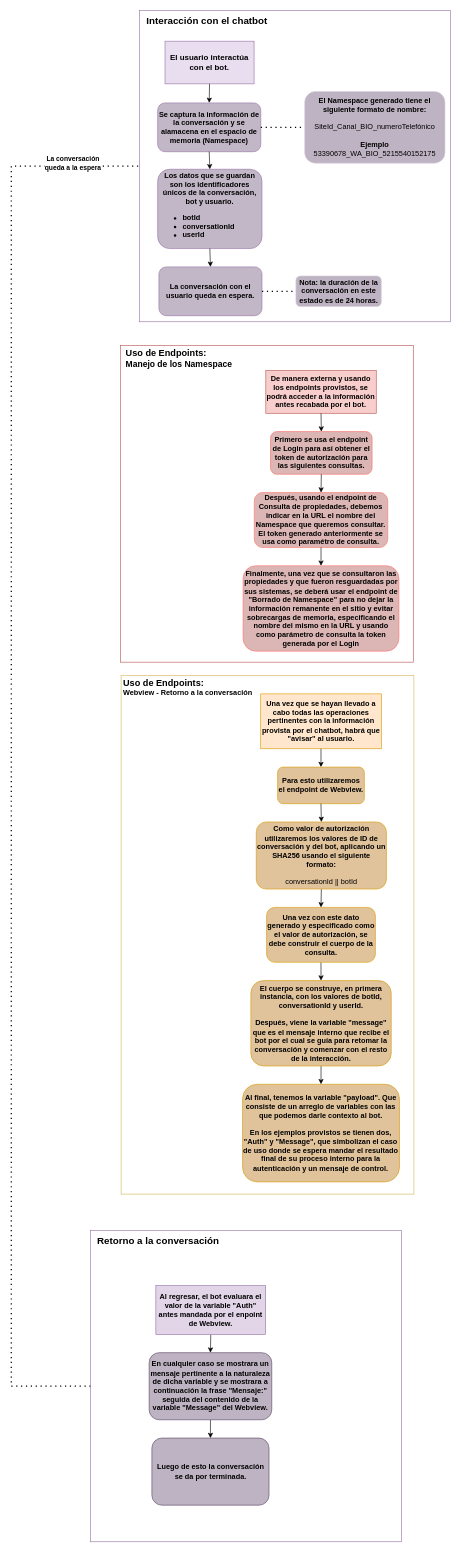
Earlier version of the draw.io diagram Procesos ID Biometrica.drawio (Darkahnott/DiagramasDRAWIO). Source tidied: cells renumbered, new cells numbered last; positions are measured from the earlier drawing's top-left corner, leaving out a move shared by most shapes. Both pictures are drawn from the tidied source at 61%, with x=0, y=0 at pixel (8, 10).
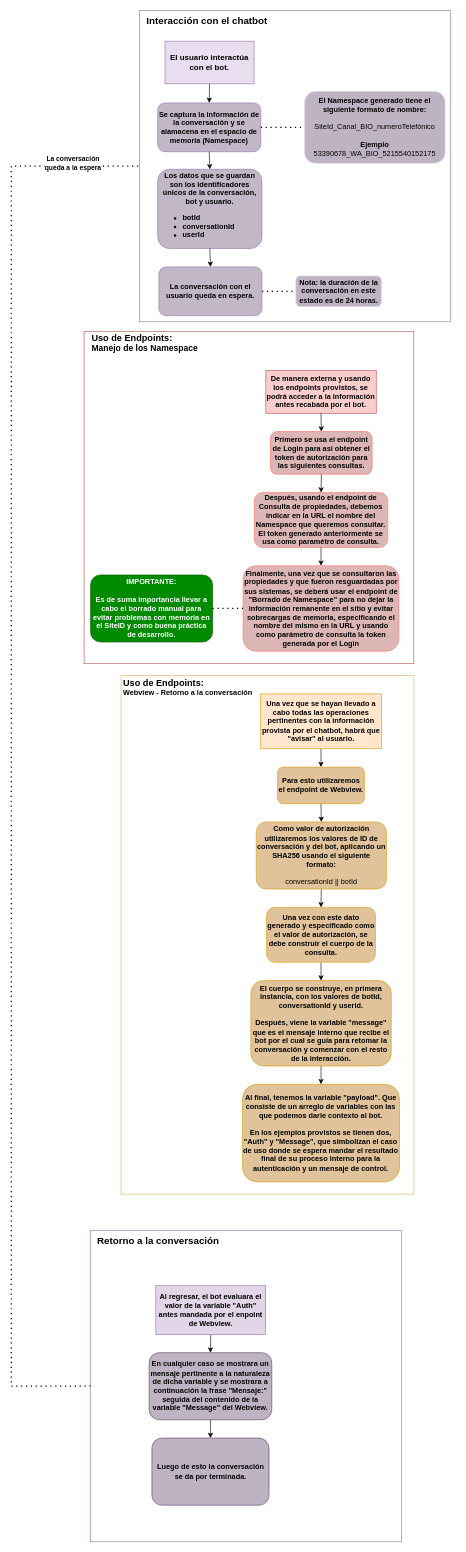
The same page after the edit.

Unchanged cells that the change refers to:
```xml
<mxCell id="21" value="&lt;b&gt;Finalmente, una vez que se consultaron las propiedades y que fueron resguardadas por sus sistemas, se deberá usar el endpoint de &quot;Borrado de Namespace&quot; para no dejar la información remanente en el sitio y evitar sobrecargas de memoria, especificando el nombre del mismo en la URL y usando como parámetro de consulta la token generada por el Login&lt;br&gt;&lt;/b&gt;" style="rounded=1;whiteSpace=wrap;html=1;fillColor=#DBB6B4;strokeColor=#FF746F;" parent="1" vertex="1">
  <mxGeometry x="385" y="910" width="255.5" height="140" as="geometry" />
</mxCell>
```

The edit, as a diff of the source:
```diff
@@
     <mxCell id="23" style="group;" parent="1" vertex="1">
-      <mxGeometry x="184" y="549" width="480" height="519" as="geometry" />
+      <mxGeometry x="119.2" y="513" width="614.8" height="555.5" as="geometry" />
     </mxCell>
     <mxCell id="24" style="rounded=0;whiteSpace=wrap;html=1;rotation=-90;fillColor=none;strokeColor=#b85450;" parent="23" vertex="1">
-      <mxGeometry x="-19.5" y="19.5" width="519" height="480" as="geometry" />
+      <mxGeometry x="3.1" y="15" width="544.6" height="540.5" as="geometry" />
     </mxCell>
     <mxCell id="25" value="&lt;div align=&quot;left&quot;&gt;&lt;font style=&quot;font-size: 15px;&quot;&gt;&lt;b&gt;Uso de Endpoints:&lt;/b&gt;&lt;/font&gt;&lt;font style=&quot;font-size: 14px;&quot;&gt;&lt;b&gt;&lt;br&gt;Manejo de los Namespace&lt;/b&gt;&lt;/font&gt;&lt;/div&gt;" style="text;html=1;strokeColor=none;fillColor=none;align=center;verticalAlign=middle;whiteSpace=wrap;rounded=0;" parent="23" vertex="1">
-      <mxGeometry x="1" y="1" width="190" height="40" as="geometry" />
+      <mxGeometry x="-5.8" y="12" width="222.4" height="40" as="geometry" />
     </mxCell>
@@
+    <mxCell id="50" value="&lt;b&gt;IMPORTANTE:&lt;br&gt;&lt;br&gt;Es de suma importancia llevar a cabo el borrado manual para evitar problemas con memoria en el SiteID y como buena práctica de desarrollo. &lt;br&gt;&lt;/b&gt;" style="rounded=1;whiteSpace=wrap;html=1;fillColor=#008a00;strokeColor=#005700;fontColor=#ffffff;" parent="1" vertex="1">
+      <mxGeometry x="135" y="925" width="200" height="110" as="geometry" />
+    </mxCell>
+    <mxCell id="51" style="endArrow=none;dashed=1;html=1;dashPattern=1 3;strokeWidth=2;rounded=0;exitX=1;exitY=0.5;exitDx=0;exitDy=0;entryX=0;entryY=0.5;entryDx=0;entryDy=0;" parent="1" edge="1" source="50" target="21">
+      <mxGeometry relative="1" as="geometry" />
+    </mxCell>
```
